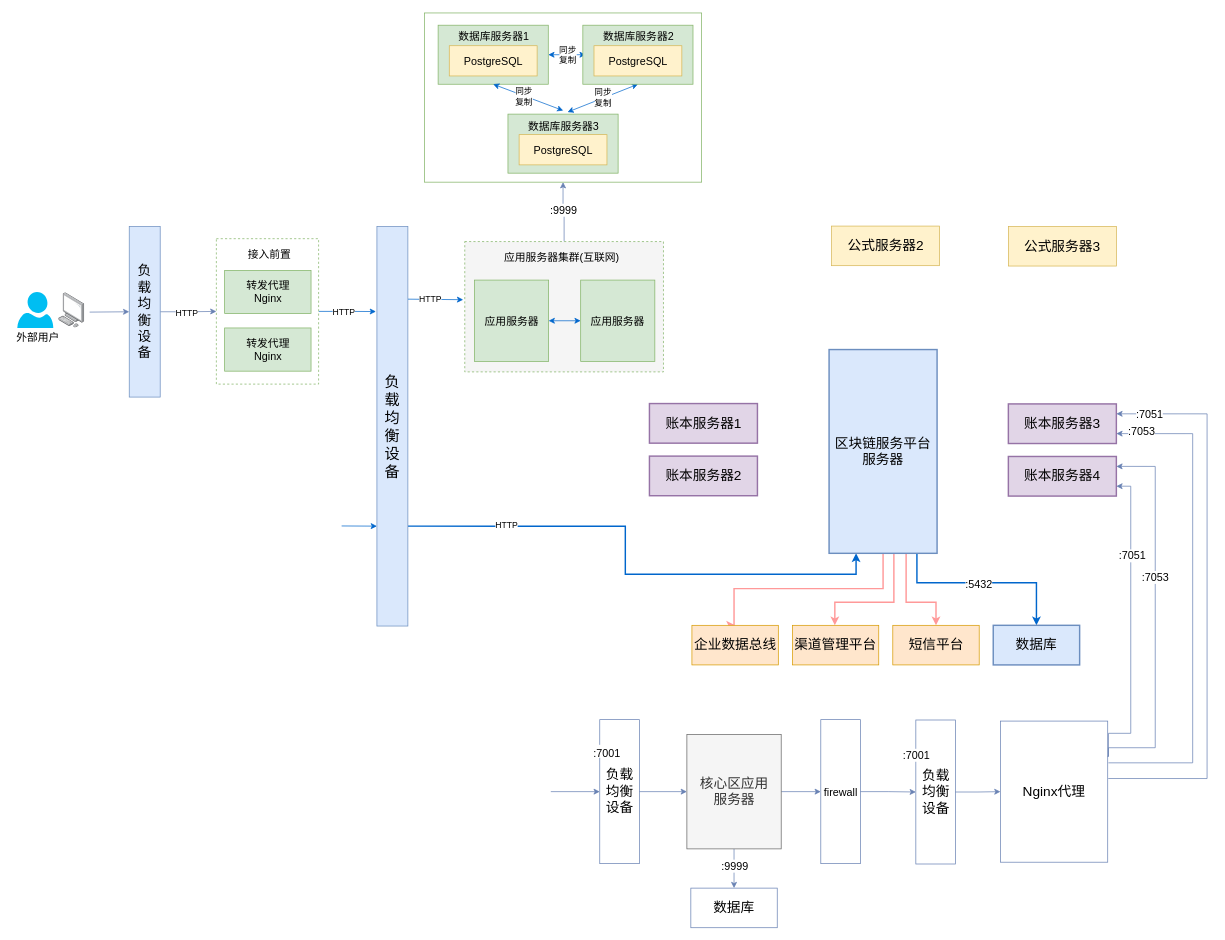
dilide/collections keeps this draw.io diagram as repository/drawio/postb/上线部署-逻辑部署图.drawio. Above is the earlier version. Source tidied: cells renumbered, new cells numbered last; positions are measured from the earlier drawing's top-left corner, leaving out a move shared by most shapes. Both pictures are drawn from the tidied source at 72%, with x=0, y=0 at pixel (12, 12).
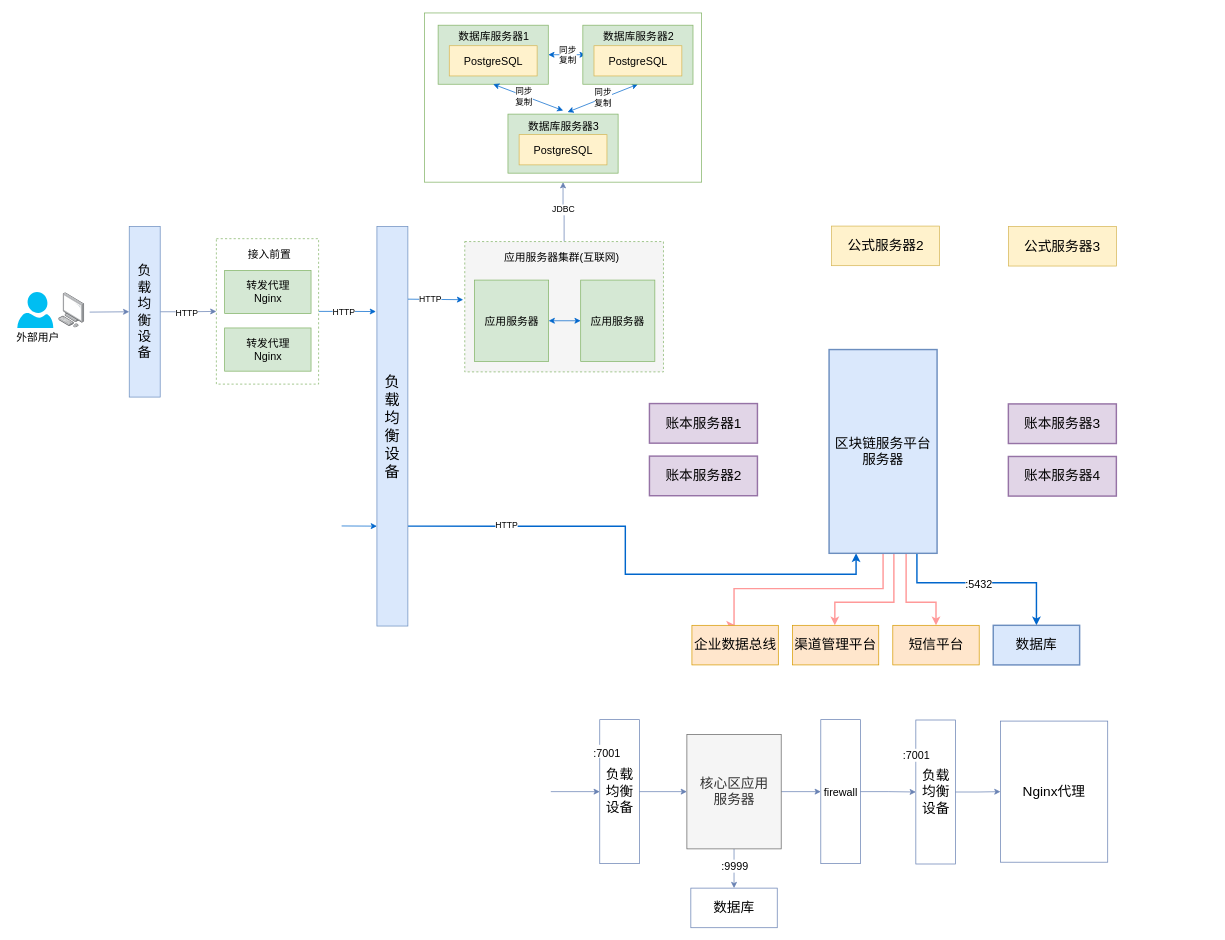
After the change.

Commit message (it also covers changes not shown here):
Update 上线部署-逻辑部署图.drawio

Unchanged cells that the change refers to:
```xml
<mxCell id="13" style="edgeStyle=orthogonalEdgeStyle;rounded=0;jettySize=auto;html=1;exitX=0.5;exitY=0;exitDx=0;exitDy=0;entryX=0.5;entryY=1;entryDx=0;entryDy=0;strokeColor=#6881B3;fontSize=15;" parent="1" edge="1" source="15" target="16">
  <mxGeometry relative="1" as="geometry" />
</mxCell>
<mxCell id="21" value="账本服务器3" style="rounded=0;whiteSpace=wrap;html=1;labelBackgroundColor=none;strokeColor=#9673a6;fillColor=#e1d5e7;fontSize=19;align=center;strokeWidth=2;" parent="1" vertex="1">
  <mxGeometry x="1383" y="543.5" width="150" height="55" as="geometry" />
</mxCell>
<mxCell id="22" value="账本服务器4" style="rounded=0;whiteSpace=wrap;html=1;labelBackgroundColor=none;strokeColor=#9673a6;fillColor=#e1d5e7;fontSize=19;align=center;strokeWidth=2;" parent="1" vertex="1">
  <mxGeometry x="1383" y="616.5" width="150" height="55" as="geometry" />
</mxCell>
<mxCell id="53" value="Nginx代理" style="rounded=0;whiteSpace=wrap;html=1;labelBackgroundColor=none;strokeColor=#6881B3;fillColor=none;fontSize=19;align=center;" parent="1" vertex="1">
  <mxGeometry x="1372" y="984" width="149" height="196" as="geometry" />
</mxCell>
```

Change to the diagram source:
```diff
@@
-    <mxCell id="14" value=":9999" style="text;html=1;align=center;verticalAlign=middle;labelBackgroundColor=#ffffff;fontSize=15;" parent="13" vertex="1">
+    <mxCell id="14" value="JDBC" style="text;html=1;align=center;verticalAlign=middle;labelBackgroundColor=#ffffff;fontSize=12;" parent="13" vertex="1">
       <mxGeometry x="0.1" relative="1" as="geometry" />
     </mxCell>
@@
-    <mxCell id="45" style="edgeStyle=orthogonalEdgeStyle;rounded=0;jettySize=auto;html=1;exitX=1.005;exitY=0.407;exitDx=0;exitDy=0;entryX=1;entryY=0.25;entryDx=0;entryDy=0;strokeColor=#6881B3;fontSize=15;exitPerimeter=0;" parent="1" edge="1" source="53" target="21">
-      <mxGeometry relative="1" as="geometry">
-        <Array as="points">
-          <mxPoint x="1659" y="1064" />
-          <mxPoint x="1659" y="557" />
-        </Array>
-      </mxGeometry>
-    </mxCell>
-    <mxCell id="46" value=":7051" style="text;html=1;align=center;verticalAlign=middle;labelBackgroundColor=#ffffff;fontSize=15;" parent="45" vertex="1">
-      <mxGeometry x="0.88" y="-1" relative="1" as="geometry" />
-    </mxCell>
-    <mxCell id="47" style="edgeStyle=orthogonalEdgeStyle;rounded=0;jettySize=auto;html=1;entryX=1;entryY=0.75;entryDx=0;entryDy=0;strokeColor=#6881B3;fontSize=15;" parent="1" edge="1" target="21">
-      <mxGeometry relative="1" as="geometry">
-        <mxPoint x="1522" y="1042" as="sourcePoint" />
-        <Array as="points">
-          <mxPoint x="1639" y="1042" />
-          <mxPoint x="1639" y="585" />
-        </Array>
-      </mxGeometry>
-    </mxCell>
-    <mxCell id="48" value=":7053" style="text;html=1;align=center;verticalAlign=middle;labelBackgroundColor=#ffffff;fontSize=15;" parent="47" vertex="1">
-      <mxGeometry x="0.9" y="-4" relative="1" as="geometry" />
-    </mxCell>
-    <mxCell id="49" style="edgeStyle=orthogonalEdgeStyle;rounded=0;jettySize=auto;html=1;exitX=1;exitY=0.25;exitDx=0;exitDy=0;entryX=1;entryY=0.75;entryDx=0;entryDy=0;strokeColor=#6881B3;fontSize=15;" parent="1" edge="1" source="53" target="22">
-      <mxGeometry relative="1" as="geometry">
-        <Array as="points">
-          <mxPoint x="1522" y="1001" />
-          <mxPoint x="1553" y="1001" />
-          <mxPoint x="1553" y="658" />
-        </Array>
-      </mxGeometry>
-    </mxCell>
-    <mxCell id="50" value=":7051" style="text;html=1;align=center;verticalAlign=middle;labelBackgroundColor=#ffffff;fontSize=15;" parent="49" vertex="1">
-      <mxGeometry x="0.46" y="-1" relative="1" as="geometry" />
-    </mxCell>
-    <mxCell id="51" style="edgeStyle=orthogonalEdgeStyle;rounded=0;jettySize=auto;html=1;exitX=1;exitY=0.25;exitDx=0;exitDy=0;entryX=1;entryY=0.25;entryDx=0;entryDy=0;strokeColor=#6881B3;fontSize=15;" parent="1" edge="1" source="53" target="22">
-      <mxGeometry relative="1" as="geometry">
-        <Array as="points">
-          <mxPoint x="1522" y="1021" />
-          <mxPoint x="1587" y="1021" />
-          <mxPoint x="1587" y="630" />
-        </Array>
-      </mxGeometry>
-    </mxCell>
-    <mxCell id="52" value=":7053" style="text;html=1;align=center;verticalAlign=middle;labelBackgroundColor=#ffffff;fontSize=15;" parent="51" vertex="1">
-      <mxGeometry x="0.21" y="1" relative="1" as="geometry" />
-    </mxCell>
```
